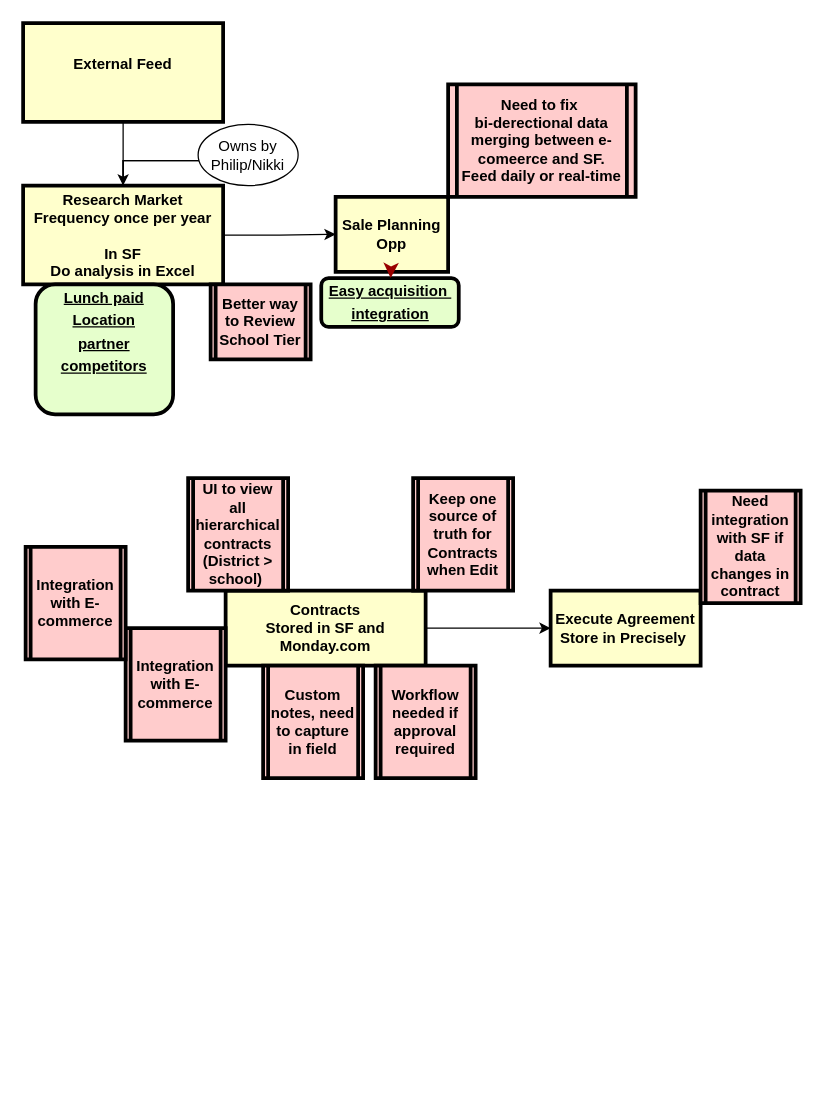
Above: flow1.drawio in ai-next-zen/diagrams (draw.io), before the change. Source tidied: cells renumbered, new cells numbered last; positions are measured from the earlier drawing's top-left corner, leaving out a move shared by most shapes. Both pictures are drawn from the tidied source at 125%, with x=0, y=0 at pixel (22, 22).
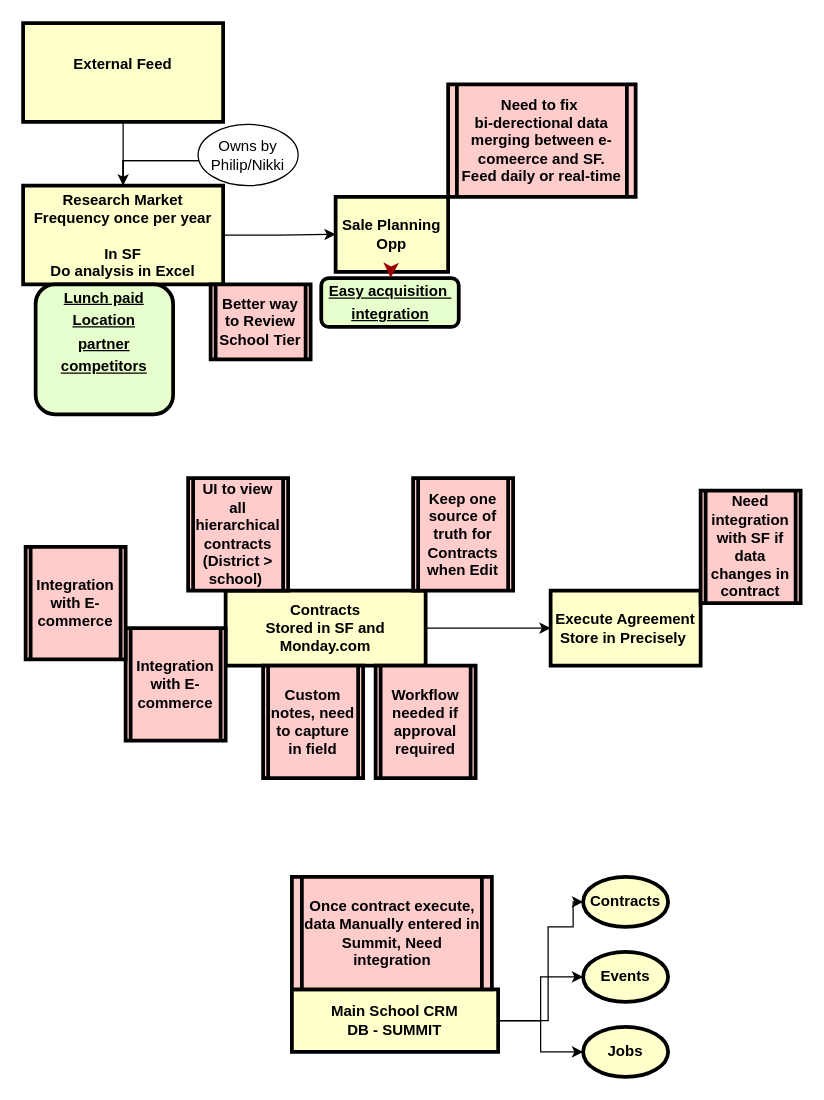
After the change.

What changed in the source:
```diff
@@
+    <mxCell id="25" style="edgeStyle=orthogonalEdgeStyle;rounded=0;jettySize=auto;html=1;entryX=0;entryY=0.5;entryDx=0;entryDy=0;" parent="1" edge="1" source="28" target="30">
+      <mxGeometry relative="1" as="geometry">
+        <Array as="points">
+          <mxPoint x="420" y="798" />
+          <mxPoint x="420" y="723" />
+          <mxPoint x="440" y="723" />
+          <mxPoint x="440" y="703" />
+        </Array>
+      </mxGeometry>
+    </mxCell>
+    <mxCell id="26" style="edgeStyle=orthogonalEdgeStyle;rounded=0;jettySize=auto;html=1;entryX=0;entryY=0.5;entryDx=0;entryDy=0;" parent="1" edge="1" source="28" target="32">
+      <mxGeometry relative="1" as="geometry" />
+    </mxCell>
+    <mxCell id="27" style="edgeStyle=orthogonalEdgeStyle;rounded=0;jettySize=auto;html=1;entryX=0;entryY=0.5;entryDx=0;entryDy=0;" parent="1" edge="1" source="28" target="31">
+      <mxGeometry relative="1" as="geometry" />
+    </mxCell>
+    <mxCell id="28" value="Main School CRM&#10;DB - SUMMIT" style="whiteSpace=wrap;align=center;verticalAlign=middle;fontStyle=1;strokeWidth=3;fillColor=#FFFFCC;" parent="1" vertex="1">
+      <mxGeometry x="215" y="773" width="165" height="50" as="geometry" />
+    </mxCell>
+    <mxCell id="29" value="Once contract execute, data Manually entered in Summit, Need integration" style="shape=process;whiteSpace=wrap;align=center;verticalAlign=middle;size=0.0475;fontStyle=1;strokeWidth=3;fillColor=#FFCCCC;" parent="1" vertex="1">
+      <mxGeometry x="215" y="683" width="160" height="90" as="geometry" />
+    </mxCell>
+    <mxCell id="30" value="Contracts" style="ellipse;whiteSpace=wrap;html=1;fillColor=#FFFFCC;fontStyle=1;strokeWidth=3;" parent="1" vertex="1">
+      <mxGeometry x="448" y="683" width="68" height="40" as="geometry" />
+    </mxCell>
+    <mxCell id="31" value="Events" style="ellipse;whiteSpace=wrap;html=1;fillColor=#FFFFCC;fontStyle=1;strokeWidth=3;" parent="1" vertex="1">
+      <mxGeometry x="448" y="743" width="68" height="40" as="geometry" />
+    </mxCell>
+    <mxCell id="32" value="Jobs" style="ellipse;whiteSpace=wrap;html=1;fillColor=#FFFFCC;fontStyle=1;strokeWidth=3;" parent="1" vertex="1">
+      <mxGeometry x="448" y="803" width="68" height="40" as="geometry" />
+    </mxCell>
```
